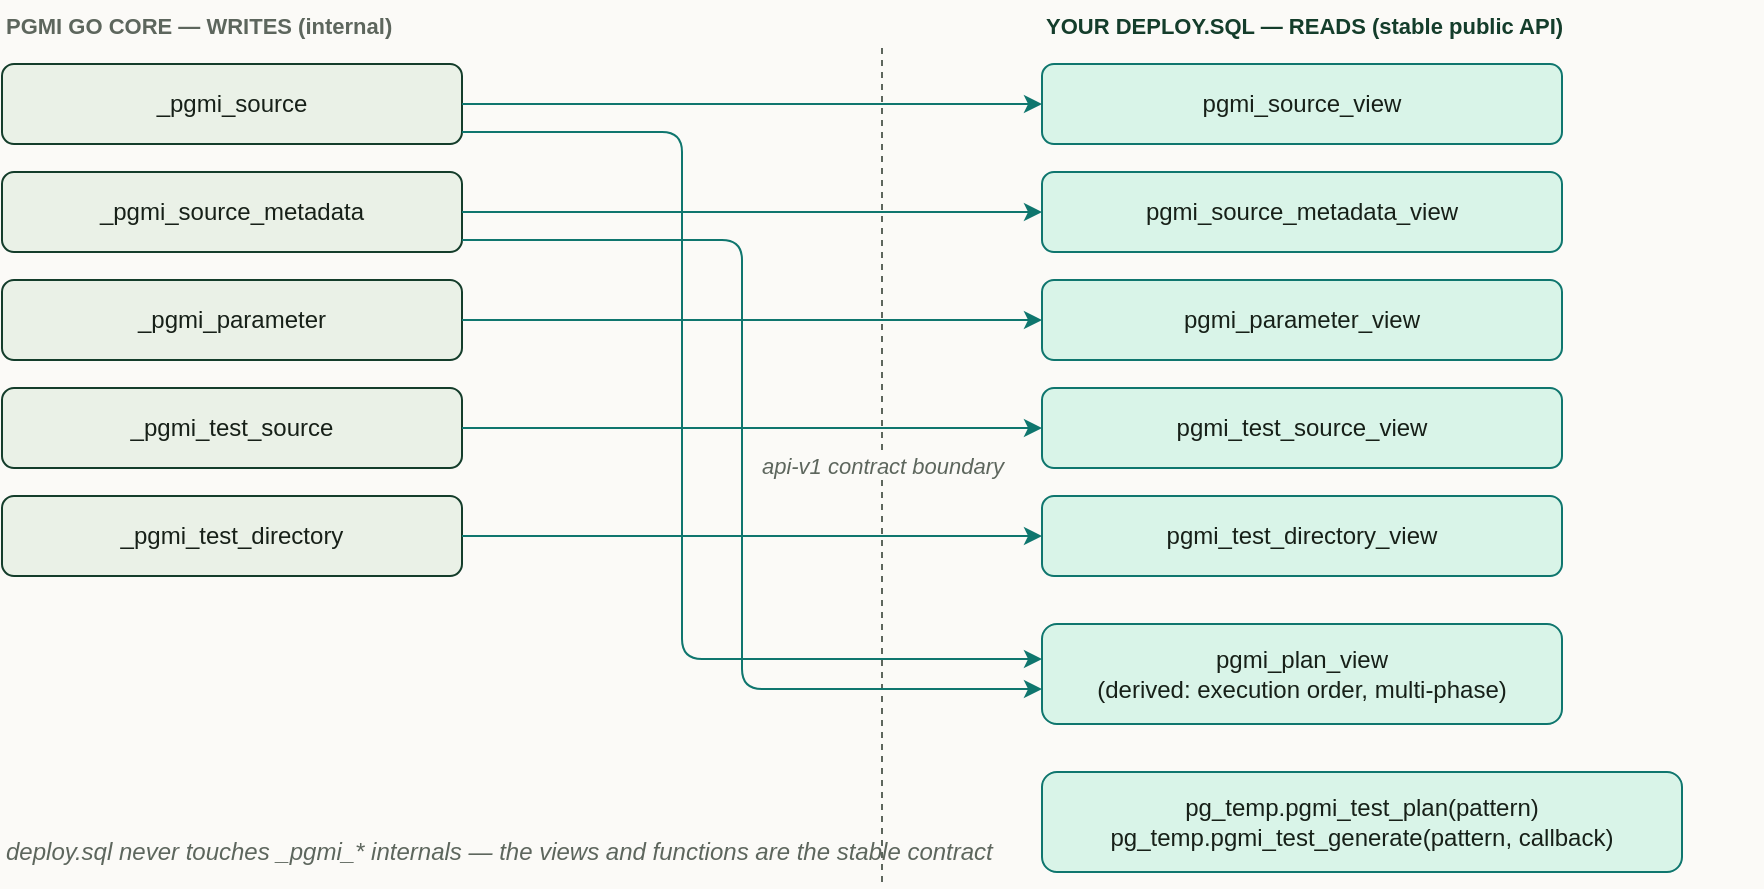
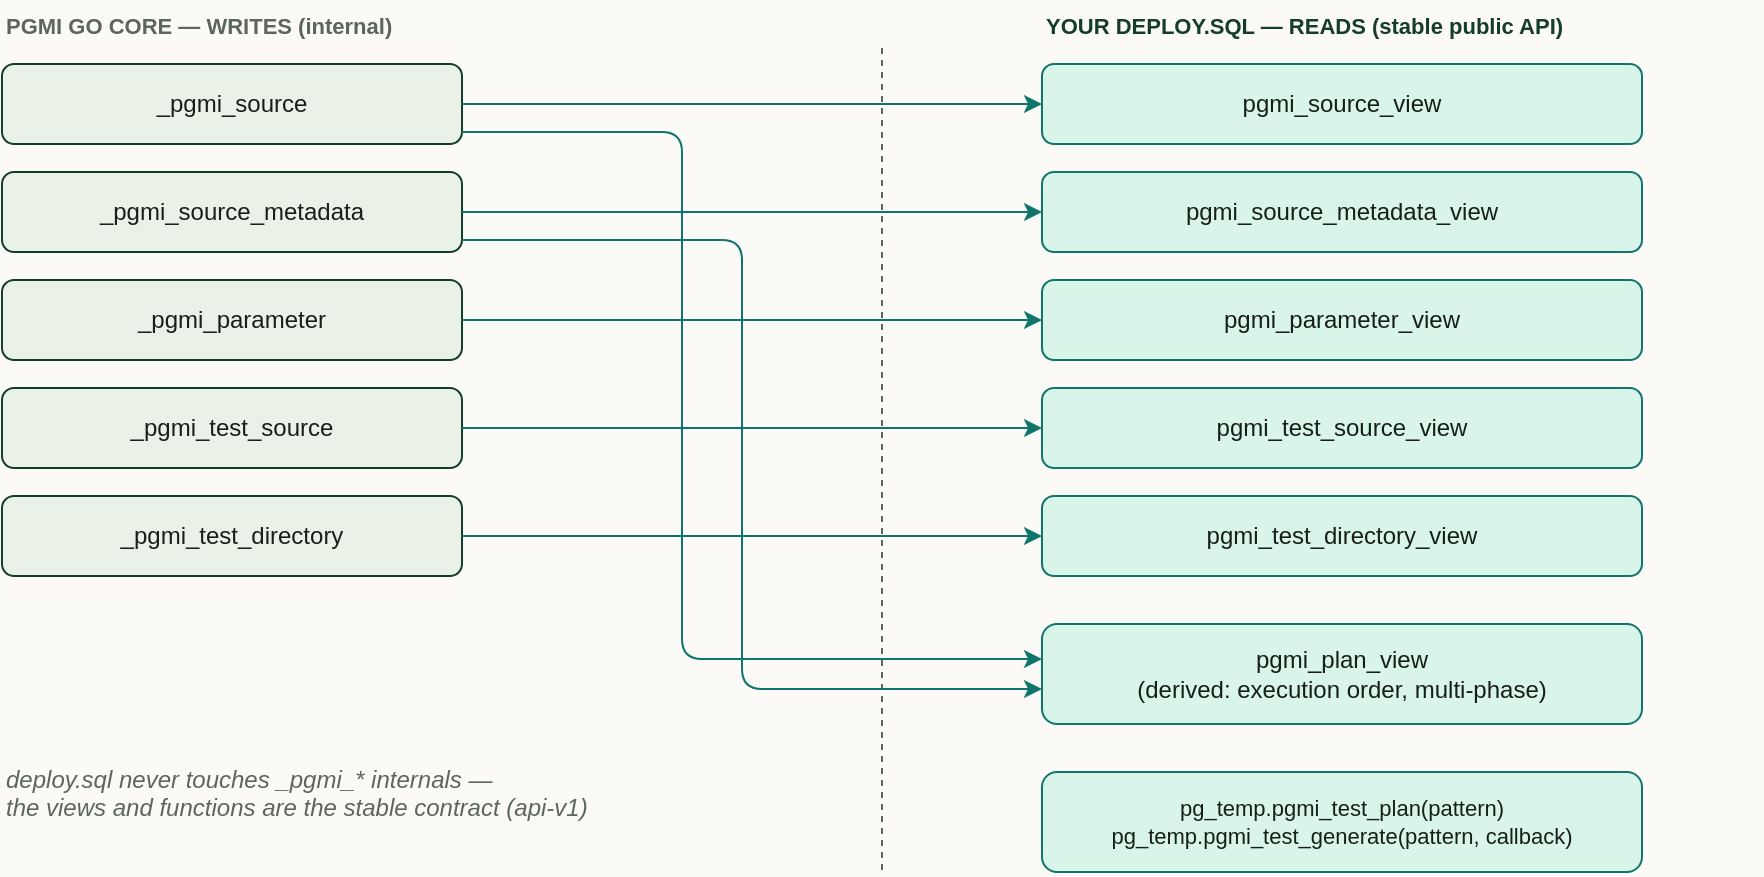
<mxGraphModel adaptiveColors="none" background="#fbfaf7" grid="0" page="1" pageWidth="980" pageHeight="500">
  <root>
    <mxCell id="0" />
    <mxCell id="1" parent="0" />
    <mxCell id="lblL" value="PGMI GO CORE — WRITES (internal)" style="text;html=1;align=left;fontStyle=1;fontSize=11;fontColor=#5d665d;" vertex="1" parent="1"><mxGeometry x="40" y="28" width="300" height="20" as="geometry" /></mxCell>
    <mxCell id="lblR" value="YOUR DEPLOY.SQL — READS (stable public API)" style="text;html=1;align=left;fontStyle=1;fontSize=11;fontColor=#143d2b;" vertex="1" parent="1"><mxGeometry x="560" y="28" width="360" height="20" as="geometry" /></mxCell>
-     <mxCell id="bnd" value="api-v1 contract boundary" style="html=1;endArrow=none;dashed=1;strokeColor=#5d665d;fontColor=#5d665d;fontSize=11;fontStyle=2;labelBackgroundColor=#fbfaf7;" edge="1" parent="1"><mxGeometry relative="1" as="geometry"><mxPoint x="480" y="52" as="sourcePoint" /><mxPoint x="480" y="470" as="targetPoint" /></mxGeometry></mxCell>
+     <mxCell id="bnd" style="html=1;endArrow=none;dashed=1;strokeColor=#5d665d;" edge="1" parent="1"><mxGeometry relative="1" as="geometry"><mxPoint x="480" y="52" as="sourcePoint" /><mxPoint x="480" y="464" as="targetPoint" /></mxGeometry></mxCell>
    <mxCell id="t1" value="_pgmi_source" style="rounded=1;whiteSpace=wrap;html=1;fillColor=#eaf1e7;strokeColor=#143d2b;fontColor=#172018;fontSize=12" vertex="1" parent="1"><mxGeometry x="40" y="60" width="230" height="40" as="geometry" /></mxCell>
    <mxCell id="t2" value="_pgmi_source_metadata" style="rounded=1;whiteSpace=wrap;html=1;fillColor=#eaf1e7;strokeColor=#143d2b;fontColor=#172018;fontSize=12" vertex="1" parent="1"><mxGeometry x="40" y="114" width="230" height="40" as="geometry" /></mxCell>
    <mxCell id="t3" value="_pgmi_parameter" style="rounded=1;whiteSpace=wrap;html=1;fillColor=#eaf1e7;strokeColor=#143d2b;fontColor=#172018;fontSize=12" vertex="1" parent="1"><mxGeometry x="40" y="168" width="230" height="40" as="geometry" /></mxCell>
    <mxCell id="t4" value="_pgmi_test_source" style="rounded=1;whiteSpace=wrap;html=1;fillColor=#eaf1e7;strokeColor=#143d2b;fontColor=#172018;fontSize=12" vertex="1" parent="1"><mxGeometry x="40" y="222" width="230" height="40" as="geometry" /></mxCell>
    <mxCell id="t5" value="_pgmi_test_directory" style="rounded=1;whiteSpace=wrap;html=1;fillColor=#eaf1e7;strokeColor=#143d2b;fontColor=#172018;fontSize=12" vertex="1" parent="1"><mxGeometry x="40" y="276" width="230" height="40" as="geometry" /></mxCell>
-     <mxCell id="v1" value="pgmi_source_view" style="rounded=1;whiteSpace=wrap;html=1;fillColor=#d9f4e8;strokeColor=#0f766e;fontColor=#172018;fontSize=12" vertex="1" parent="1"><mxGeometry x="560" y="60" width="260" height="40" as="geometry" /></mxCell>
-     <mxCell id="v2" value="pgmi_source_metadata_view" style="rounded=1;whiteSpace=wrap;html=1;fillColor=#d9f4e8;strokeColor=#0f766e;fontColor=#172018;fontSize=12" vertex="1" parent="1"><mxGeometry x="560" y="114" width="260" height="40" as="geometry" /></mxCell>
-     <mxCell id="v3" value="pgmi_parameter_view" style="rounded=1;whiteSpace=wrap;html=1;fillColor=#d9f4e8;strokeColor=#0f766e;fontColor=#172018;fontSize=12" vertex="1" parent="1"><mxGeometry x="560" y="168" width="260" height="40" as="geometry" /></mxCell>
-     <mxCell id="v4" value="pgmi_test_source_view" style="rounded=1;whiteSpace=wrap;html=1;fillColor=#d9f4e8;strokeColor=#0f766e;fontColor=#172018;fontSize=12" vertex="1" parent="1"><mxGeometry x="560" y="222" width="260" height="40" as="geometry" /></mxCell>
-     <mxCell id="v5" value="pgmi_test_directory_view" style="rounded=1;whiteSpace=wrap;html=1;fillColor=#d9f4e8;strokeColor=#0f766e;fontColor=#172018;fontSize=12" vertex="1" parent="1"><mxGeometry x="560" y="276" width="260" height="40" as="geometry" /></mxCell>
-     <mxCell id="vp" value="pgmi_plan_view&#10;(derived: execution order, multi-phase)" style="rounded=1;whiteSpace=wrap;html=1;fillColor=#d9f4e8;strokeColor=#0f766e;fontColor=#172018;fontSize=12" vertex="1" parent="1"><mxGeometry x="560" y="340" width="260" height="50" as="geometry" /></mxCell>
-     <mxCell id="fn" value="pg_temp.pgmi_test_plan(pattern)&#10;pg_temp.pgmi_test_generate(pattern, callback)" style="rounded=1;whiteSpace=wrap;html=1;fillColor=#d9f4e8;strokeColor=#0f766e;fontColor=#172018;fontSize=12" vertex="1" parent="1"><mxGeometry x="560" y="414" width="320" height="50" as="geometry" /></mxCell>
+     <mxCell id="v1" value="pgmi_source_view" style="rounded=1;whiteSpace=wrap;html=1;fillColor=#d9f4e8;strokeColor=#0f766e;fontColor=#172018;fontSize=12" vertex="1" parent="1"><mxGeometry x="560" y="60" width="300" height="40" as="geometry" /></mxCell>
+     <mxCell id="v2" value="pgmi_source_metadata_view" style="rounded=1;whiteSpace=wrap;html=1;fillColor=#d9f4e8;strokeColor=#0f766e;fontColor=#172018;fontSize=12" vertex="1" parent="1"><mxGeometry x="560" y="114" width="300" height="40" as="geometry" /></mxCell>
+     <mxCell id="v3" value="pgmi_parameter_view" style="rounded=1;whiteSpace=wrap;html=1;fillColor=#d9f4e8;strokeColor=#0f766e;fontColor=#172018;fontSize=12" vertex="1" parent="1"><mxGeometry x="560" y="168" width="300" height="40" as="geometry" /></mxCell>
+     <mxCell id="v4" value="pgmi_test_source_view" style="rounded=1;whiteSpace=wrap;html=1;fillColor=#d9f4e8;strokeColor=#0f766e;fontColor=#172018;fontSize=12" vertex="1" parent="1"><mxGeometry x="560" y="222" width="300" height="40" as="geometry" /></mxCell>
+     <mxCell id="v5" value="pgmi_test_directory_view" style="rounded=1;whiteSpace=wrap;html=1;fillColor=#d9f4e8;strokeColor=#0f766e;fontColor=#172018;fontSize=12" vertex="1" parent="1"><mxGeometry x="560" y="276" width="300" height="40" as="geometry" /></mxCell>
+     <mxCell id="vp" value="pgmi_plan_view&#10;(derived: execution order, multi-phase)" style="rounded=1;whiteSpace=wrap;html=1;fillColor=#d9f4e8;strokeColor=#0f766e;fontColor=#172018;fontSize=12" vertex="1" parent="1"><mxGeometry x="560" y="340" width="300" height="50" as="geometry" /></mxCell>
+     <mxCell id="fn" value="pg_temp.pgmi_test_plan(pattern)&#10;pg_temp.pgmi_test_generate(pattern, callback)" style="rounded=1;whiteSpace=wrap;html=1;fillColor=#d9f4e8;strokeColor=#0f766e;fontColor=#172018;fontSize=11" vertex="1" parent="1"><mxGeometry x="560" y="414" width="300" height="50" as="geometry" /></mxCell>
    <mxCell id="ev1" style="html=1;endArrow=classic;strokeColor=#0f766e;exitX=1;exitY=0.5;entryX=0;entryY=0.5" edge="1" parent="1" source="t1" target="v1"><mxGeometry relative="1" as="geometry" /></mxCell>
    <mxCell id="ev2" style="html=1;endArrow=classic;strokeColor=#0f766e;exitX=1;exitY=0.5;entryX=0;entryY=0.5" edge="1" parent="1" source="t2" target="v2"><mxGeometry relative="1" as="geometry" /></mxCell>
    <mxCell id="ev3" style="html=1;endArrow=classic;strokeColor=#0f766e;exitX=1;exitY=0.5;entryX=0;entryY=0.5" edge="1" parent="1" source="t3" target="v3"><mxGeometry relative="1" as="geometry" /></mxCell>
    <mxCell id="ev4" style="html=1;endArrow=classic;strokeColor=#0f766e;exitX=1;exitY=0.5;entryX=0;entryY=0.5" edge="1" parent="1" source="t4" target="v4"><mxGeometry relative="1" as="geometry" /></mxCell>
    <mxCell id="ev5" style="html=1;endArrow=classic;strokeColor=#0f766e;exitX=1;exitY=0.5;entryX=0;entryY=0.5" edge="1" parent="1" source="t5" target="v5"><mxGeometry relative="1" as="geometry" /></mxCell>
    <mxCell id="ep1" style="html=1;endArrow=classic;strokeColor=#0f766e;edgeStyle=orthogonalEdgeStyle;rounded=1;exitX=1;exitY=0.85;entryX=0;entryY=0.35" edge="1" parent="1" source="t1" target="vp"><mxGeometry relative="1" as="geometry"><Array as="points"><mxPoint x="380" y="94" /><mxPoint x="380" y="358" /></Array></mxGeometry></mxCell>
    <mxCell id="ep2" style="html=1;endArrow=classic;strokeColor=#0f766e;edgeStyle=orthogonalEdgeStyle;rounded=1;exitX=1;exitY=0.85;entryX=0;entryY=0.65" edge="1" parent="1" source="t2" target="vp"><mxGeometry relative="1" as="geometry"><Array as="points"><mxPoint x="410" y="148" /><mxPoint x="410" y="373" /></Array></mxGeometry></mxCell>
-     <mxCell id="cap" value="deploy.sql never touches _pgmi_* internals — the views and functions are the stable contract" style="text;html=1;align=left;fontStyle=2;fontSize=12;fontColor=#5d665d;" vertex="1" parent="1"><mxGeometry x="40" y="440" width="420" height="20" as="geometry" /></mxCell>
+     <mxCell id="cap" value="deploy.sql never touches _pgmi_* internals —&#10;the views and functions are the stable contract (api-v1)" style="text;html=1;align=left;fontStyle=2;fontSize=12;fontColor=#5d665d;" vertex="1" parent="1"><mxGeometry x="40" y="404" width="380" height="40" as="geometry" /></mxCell>
  </root>
</mxGraphModel>
